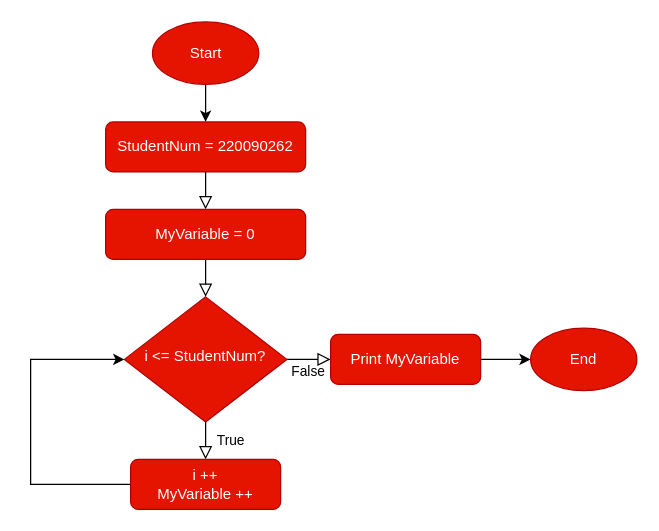
Before: Untitled Diagram.drawio in amanullahabbasi/learning-area, a draw.io diagram. Source tidied: cells renumbered, new cells numbered last; positions are measured from the earlier drawing's top-left corner, leaving out a move shared by most shapes. Both pictures are drawn from the tidied source at 125%, with x=0, y=0 at pixel (30, 21).
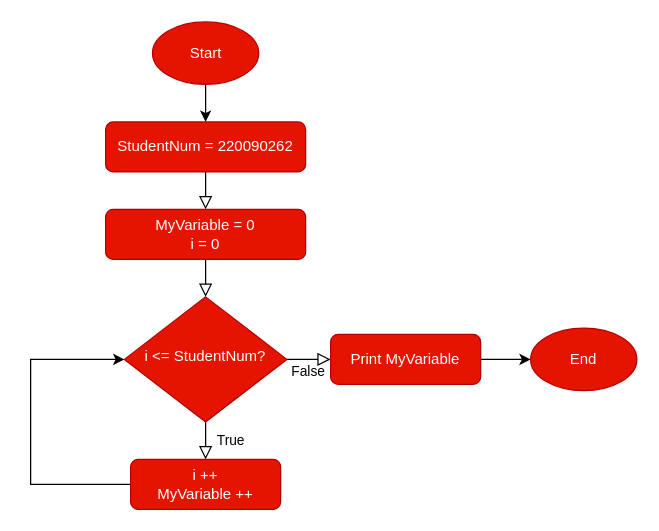
After the change.

The edit, as a diff of the source:
```diff
@@
 <mxGraphModel>
   <root>
     <mxCell id="0" />
     <mxCell id="1" parent="0" />
     <mxCell id="2" style="rounded=0;html=1;jettySize=auto;fontSize=11;endArrow=block;endFill=0;endSize=8;strokeWidth=1;shadow=0;labelBackgroundColor=none;edgeStyle=orthogonalEdgeStyle;" parent="1" edge="1" source="14" target="6">
       <mxGeometry relative="1" as="geometry" />
     </mxCell>
     <mxCell id="3" value="StudentNum = 220090262" style="rounded=1;whiteSpace=wrap;html=1;fontSize=12;glass=0;strokeWidth=1;shadow=0;fillColor=#e51400;fontColor=#ffffff;strokeColor=#B20000;" parent="1" vertex="1">
       <mxGeometry x="60" y="80" width="160" height="40" as="geometry" />
     </mxCell>
     <mxCell id="4" value="True" style="rounded=0;html=1;jettySize=auto;fontSize=11;endArrow=block;endFill=0;endSize=8;strokeWidth=1;shadow=0;labelBackgroundColor=none;edgeStyle=orthogonalEdgeStyle;" parent="1" edge="1" source="6">
       <mxGeometry y="20" relative="1" as="geometry">
         <mxPoint x="140" y="350" as="targetPoint" />
       </mxGeometry>
     </mxCell>
     <mxCell id="5" value="False" style="edgeStyle=orthogonalEdgeStyle;rounded=0;html=1;jettySize=auto;fontSize=11;endArrow=block;endFill=0;endSize=8;strokeWidth=1;shadow=0;labelBackgroundColor=none;" parent="1" edge="1" source="6" target="8">
       <mxGeometry y="10" relative="1" as="geometry" />
     </mxCell>
     <mxCell id="6" value="i &amp;lt;= StudentNum?" style="rhombus;whiteSpace=wrap;html=1;shadow=0;fontFamily=Helvetica;fontSize=12;align=center;strokeWidth=1;spacing=6;spacingTop=-4;fillColor=#e51400;fontColor=#ffffff;strokeColor=#B20000;" parent="1" vertex="1">
       <mxGeometry x="75" y="220" width="130" height="100" as="geometry" />
     </mxCell>
     <mxCell id="7" style="edgeStyle=orthogonalEdgeStyle;rounded=0;jettySize=auto;html=1;" parent="1" edge="1" source="8" target="15">
       <mxGeometry relative="1" as="geometry" />
     </mxCell>
     <mxCell id="8" value="Print MyVariable" style="rounded=1;whiteSpace=wrap;html=1;fontSize=12;glass=0;strokeWidth=1;shadow=0;fillColor=#e51400;fontColor=#ffffff;strokeColor=#B20000;" parent="1" vertex="1">
       <mxGeometry x="240" y="250" width="120" height="40" as="geometry" />
     </mxCell>
     <mxCell id="9" style="edgeStyle=orthogonalEdgeStyle;rounded=0;jettySize=auto;html=1;entryX=0;entryY=0.5;entryDx=0;entryDy=0;exitX=0;exitY=0.5;exitDx=0;exitDy=0;" parent="1" edge="1" source="10" target="6">
       <mxGeometry relative="1" as="geometry">
         <Array as="points">
           <mxPoint y="370" />
           <mxPoint y="270" />
         </Array>
       </mxGeometry>
     </mxCell>
     <mxCell id="10" value="i ++&lt;br&gt;MyVariable ++" style="rounded=1;whiteSpace=wrap;html=1;fontSize=12;glass=0;strokeWidth=1;shadow=0;fillColor=#e51400;fontColor=#ffffff;strokeColor=#B20000;" parent="1" vertex="1">
       <mxGeometry x="80" y="350" width="120" height="40" as="geometry" />
     </mxCell>
     <mxCell id="11" style="edgeStyle=orthogonalEdgeStyle;rounded=0;jettySize=auto;html=1;" parent="1" edge="1" source="12" target="3">
       <mxGeometry relative="1" as="geometry" />
     </mxCell>
     <mxCell id="12" value="Start" style="ellipse;whiteSpace=wrap;html=1;fillColor=#e51400;fontColor=#ffffff;strokeColor=#B20000;" parent="1" vertex="1">
       <mxGeometry x="97.5" width="85" height="50" as="geometry" />
     </mxCell>
     <mxCell id="13" style="rounded=0;html=1;jettySize=auto;fontSize=11;endArrow=block;endFill=0;endSize=8;strokeWidth=1;shadow=0;labelBackgroundColor=none;edgeStyle=orthogonalEdgeStyle;" parent="1" edge="1" source="3" target="14">
       <mxGeometry relative="1" as="geometry" />
     </mxCell>
-    <mxCell id="14" value="MyVariable = 0" style="rounded=1;whiteSpace=wrap;html=1;fontSize=12;glass=0;strokeWidth=1;shadow=0;fillColor=#e51400;fontColor=#ffffff;strokeColor=#B20000;" parent="1" vertex="1">
+    <mxCell id="14" value="MyVariable = 0&lt;br&gt;i = 0" style="rounded=1;whiteSpace=wrap;html=1;fontSize=12;glass=0;strokeWidth=1;shadow=0;fillColor=#e51400;fontColor=#ffffff;strokeColor=#B20000;" parent="1" vertex="1">
       <mxGeometry x="60" y="150" width="160" height="40" as="geometry" />
     </mxCell>
     <mxCell id="15" value="End" style="ellipse;whiteSpace=wrap;html=1;fillColor=#e51400;fontColor=#ffffff;strokeColor=#B20000;" parent="1" vertex="1">
       <mxGeometry x="400" y="245" width="85" height="50" as="geometry" />
     </mxCell>
   </root>
 </mxGraphModel>
```
